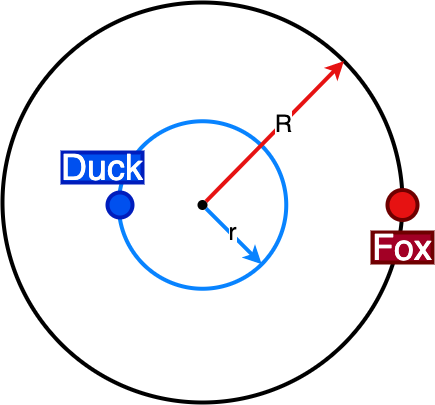
varun-seth/puzzles keeps this draw.io diagram as src/data/puzzles/8_pond.drawio.png. Above is the earlier version. Source tidied: cells renumbered, new cells last; positions are measured from the earlier drawing's top-left corner, leaving out a move shared by most shapes.
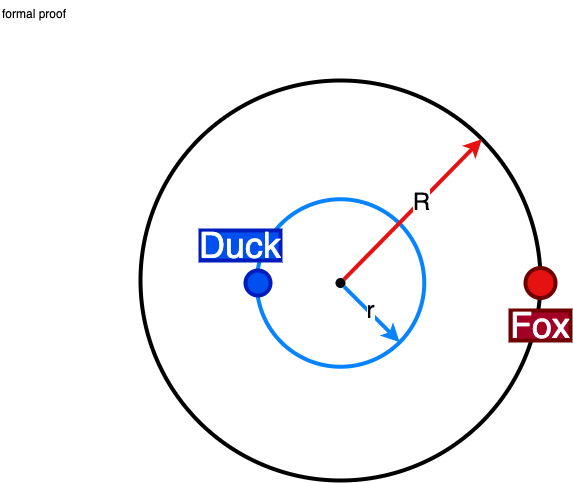
The same diagram one commit later.

The edit, as a diff of the source:
```diff
@@ -37,5 +37,8 @@
         <mxPoint x="-4" y="-8" as="offset" />
       </mxGeometry>
     </mxCell>
+    <mxCell id="13" value="formal proof" style="text;whiteSpace=wrap;html=1;" parent="1" vertex="1">
+      <mxGeometry x="-140" y="-80" width="100" height="40" as="geometry" />
+    </mxCell>
   </root>
 </mxGraphModel>
```
